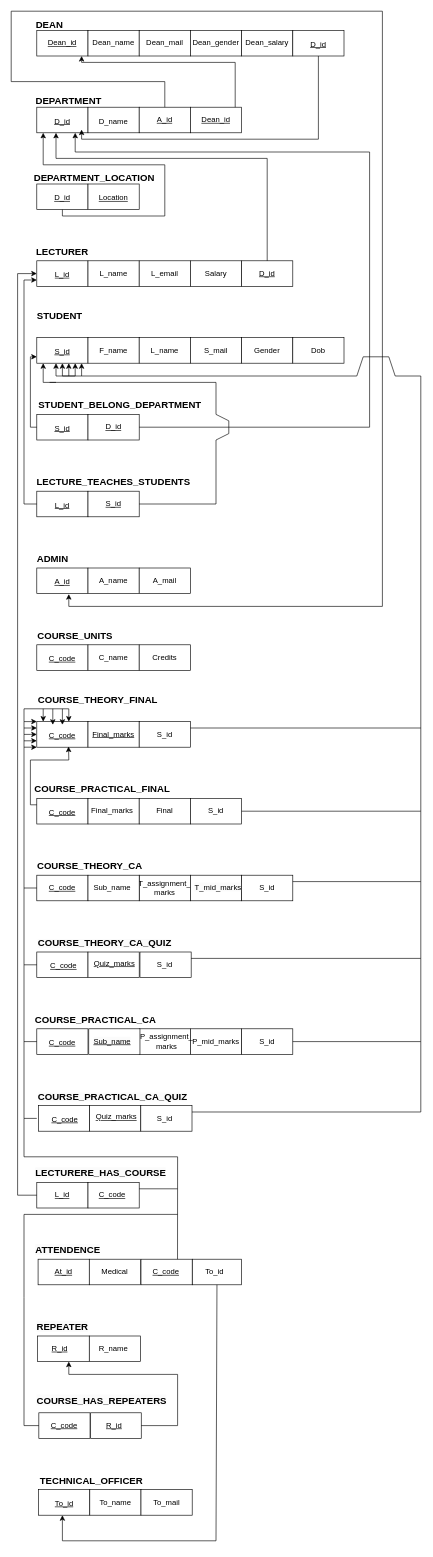
SamindikaLakshan/Database-mini-project keeps this draw.io diagram as Relational diagram/relationald.drawio. Above is the earlier version. Source tidied: cells renumbered, new cells numbered last; positions are measured from the earlier drawing's top-left corner, leaving out a move shared by most shapes. Both pictures are drawn from the tidied source at 64%, with x=0, y=0 at pixel (11, 11).
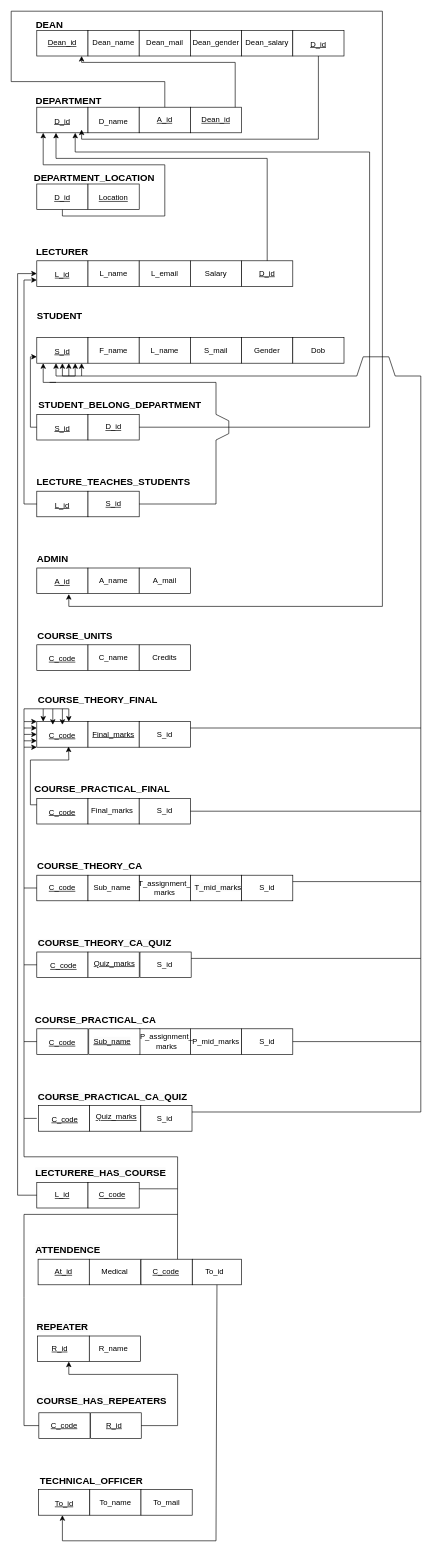
The same diagram, later.

The edit, as a diff of the source:
```diff
@@
-    <mxCell id="84" style="rounded=0;whiteSpace=wrap;html=1;fontSize=15;" parent="1" vertex="1">
-      <mxGeometry x="200" y="1230" width="80" height="40" as="geometry" />
-    </mxCell>
@@
-    <mxCell id="87" value="Final" style="text;html=1;strokeColor=none;fillColor=none;align=center;verticalAlign=middle;whiteSpace=wrap;rounded=0;fontSize=12;" parent="1" vertex="1">
-      <mxGeometry x="210" y="1235" width="60" height="30" as="geometry" />
-    </mxCell>
@@
     <mxCell id="167" style="rounded=0;whiteSpace=wrap;html=1;fontSize=15;" parent="1" vertex="1">
-      <mxGeometry x="280" y="1230" width="80" height="40" as="geometry" />
+      <mxGeometry x="200" y="1230" width="80" height="40" as="geometry" />
     </mxCell>
@@
     <mxCell id="173" value="S_id" style="text;html=1;strokeColor=none;fillColor=none;align=center;verticalAlign=middle;whiteSpace=wrap;rounded=0;" parent="1" vertex="1">
-      <mxGeometry x="290" y="1235" width="60" height="30" as="geometry" />
+      <mxGeometry x="210" y="1235" width="60" height="30" as="geometry" />
     </mxCell>
```
